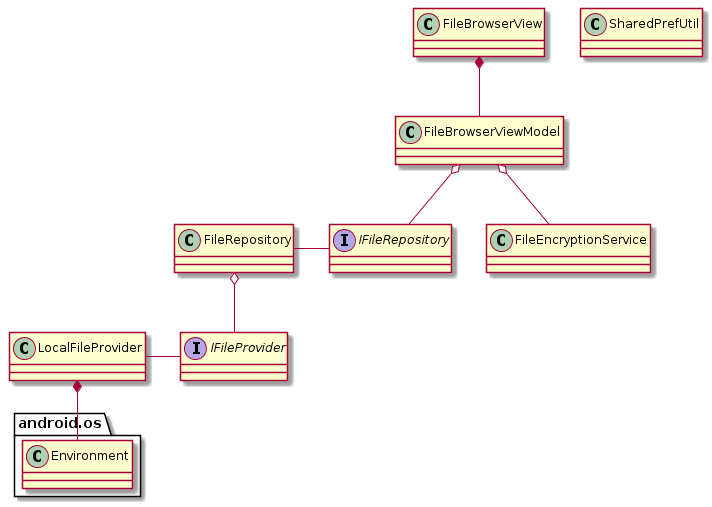
This is uml/file_browser_class.png from jcinco/anqlave-assignment, a PlantUML export, as it was before one commit. The source it was exported from:
```plantuml
@startuml
interface IFileProvider
interface IFileRepository
class LocalFileProvider
class FileRepository
class FileBrowserViewModel
class FileBrowserView
class FileEncryptionService
class SharedPrefUtil
class android.os.Environment


IFileProvider -left- LocalFileProvider
IFileRepository -left- FileRepository

FileRepository o-- IFileProvider
FileBrowserViewModel o-down- IFileRepository
FileBrowserView *-down- FileBrowserViewModel

LocalFileProvider *-down- android.os.Environment
FileBrowserViewModel o-down- FileEncryptionService
@enduml
```
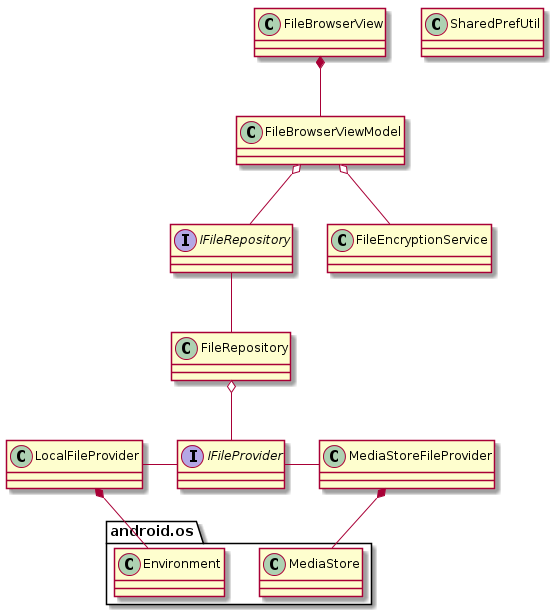
Above is the later version.

Commit message:
Added app structure

The edit, as a diff of the source:
```diff
@@ -8,15 +8,19 @@
 class FileEncryptionService
 class SharedPrefUtil
 class android.os.Environment
+class android.os.MediaStore
 
 
 IFileProvider -left- LocalFileProvider
-IFileRepository -left- FileRepository
+IFileProvider -right- MediaStoreFileProvider
+IFileRepository -down- FileRepository
+
 
 FileRepository o-- IFileProvider
 FileBrowserViewModel o-down- IFileRepository
 FileBrowserView *-down- FileBrowserViewModel
 
 LocalFileProvider *-down- android.os.Environment
+MediaStoreFileProvider *-down- android.os.MediaStore
 FileBrowserViewModel o-down- FileEncryptionService
 @enduml
```
